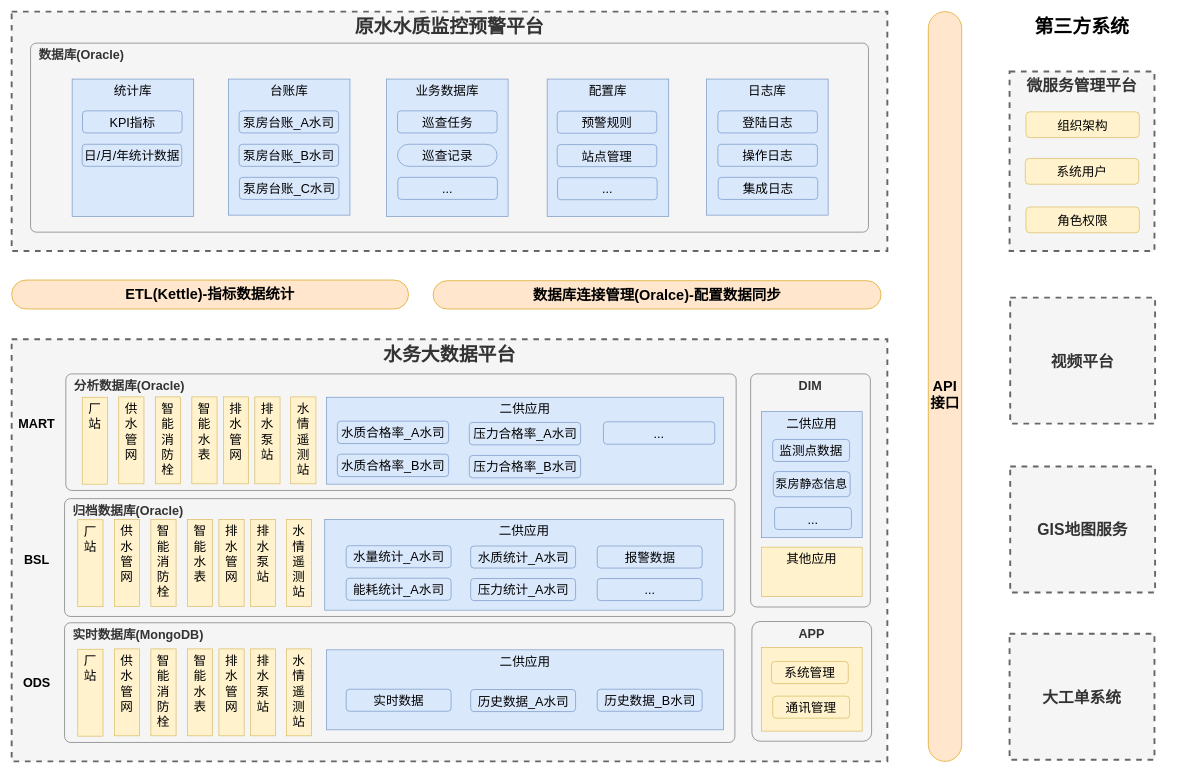
Above: page "原水-数据架构" (2 of 2) of 二供数据架构.drawio in lpeng589/draw (draw.io), before the change. Source tidied: cells renumbered, new cells numbered last; positions are measured from the earlier drawing's top-left corner, leaving out a move shared by most shapes. Both pictures are drawn from the tidied source at 63%, with x=0, y=0 at pixel (11, 11).
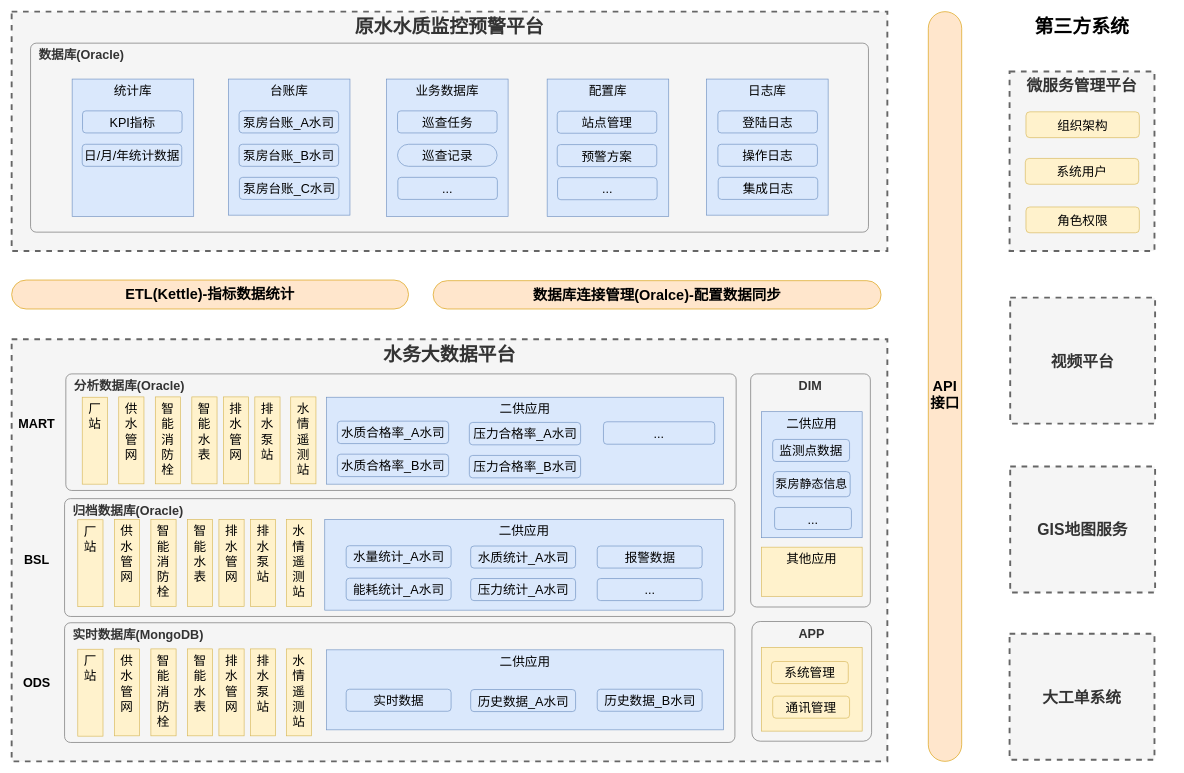
The same diagram, later.

Commit message (it also covers changes not shown here):
Update 二供数据架构.drawio

Change to the diagram source:
```diff
@@
-    <mxCell id="64" value="预警规则" style="rounded=1;whiteSpace=wrap;html=1;fontSize=20;strokeColor=#6c8ebf;fillColor=#dae8fc;" parent="1" vertex="1">
+    <mxCell id="64" value="站点管理" style="rounded=1;whiteSpace=wrap;html=1;fontSize=20;strokeColor=#6c8ebf;fillColor=#dae8fc;" parent="1" vertex="1">
       <mxGeometry x="866" y="158" width="158" height="35" as="geometry" />
     </mxCell>
-    <mxCell id="65" value="站点管理" style="rounded=1;whiteSpace=wrap;html=1;fontSize=20;strokeColor=#6c8ebf;fillColor=#dae8fc;" parent="1" vertex="1">
+    <mxCell id="65" value="预警方案" style="rounded=1;whiteSpace=wrap;html=1;fontSize=20;strokeColor=#6c8ebf;fillColor=#dae8fc;" parent="1" vertex="1">
       <mxGeometry x="866" y="211" width="158" height="35" as="geometry" />
     </mxCell>
```
